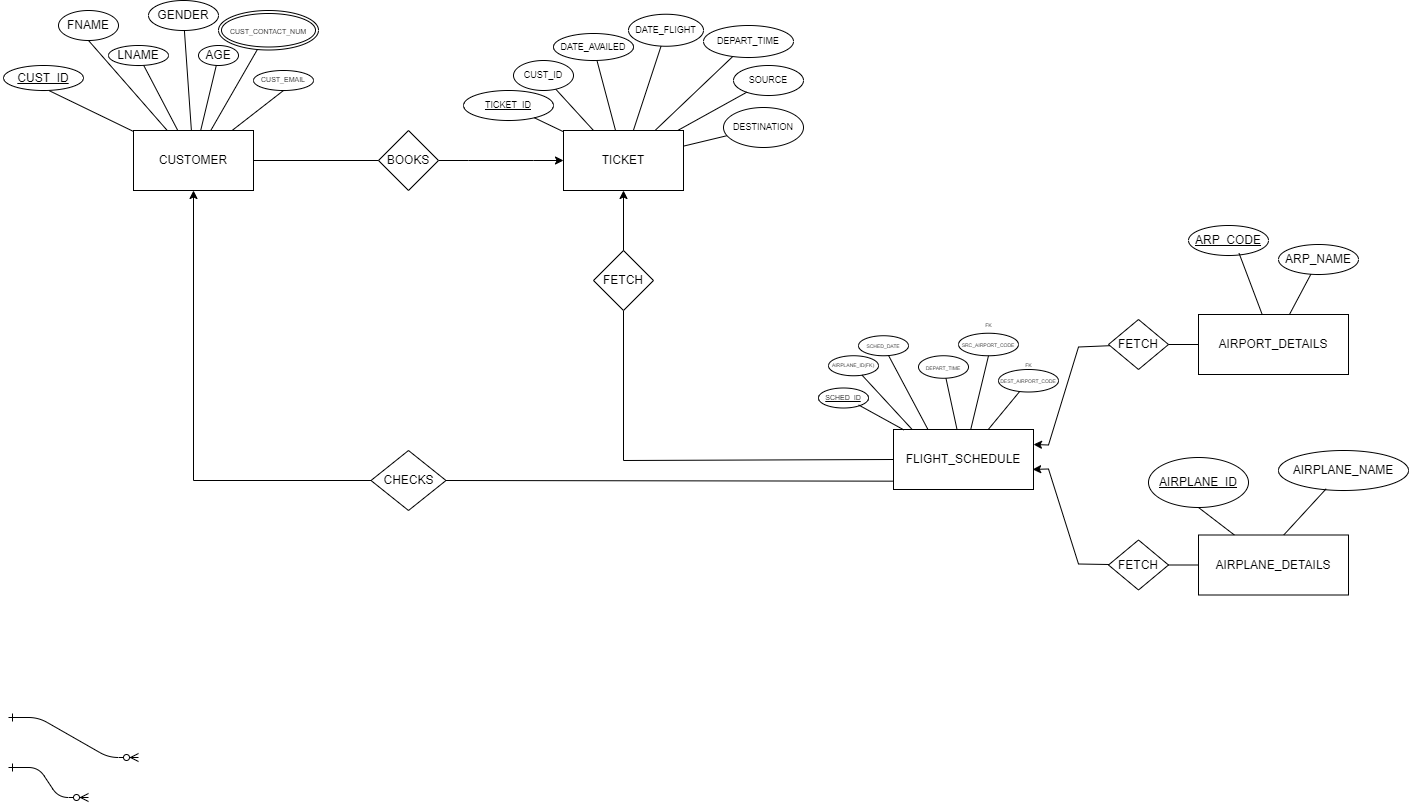
abhinav162/Diagrams keeps this draw.io diagram as AIRLINE RESERVATION SYSTEM.drawio.png. Above is the earlier version. Source tidied: cells renumbered, new cells last; positions are measured from the earlier drawing's top-left corner, leaving out a move shared by most shapes.
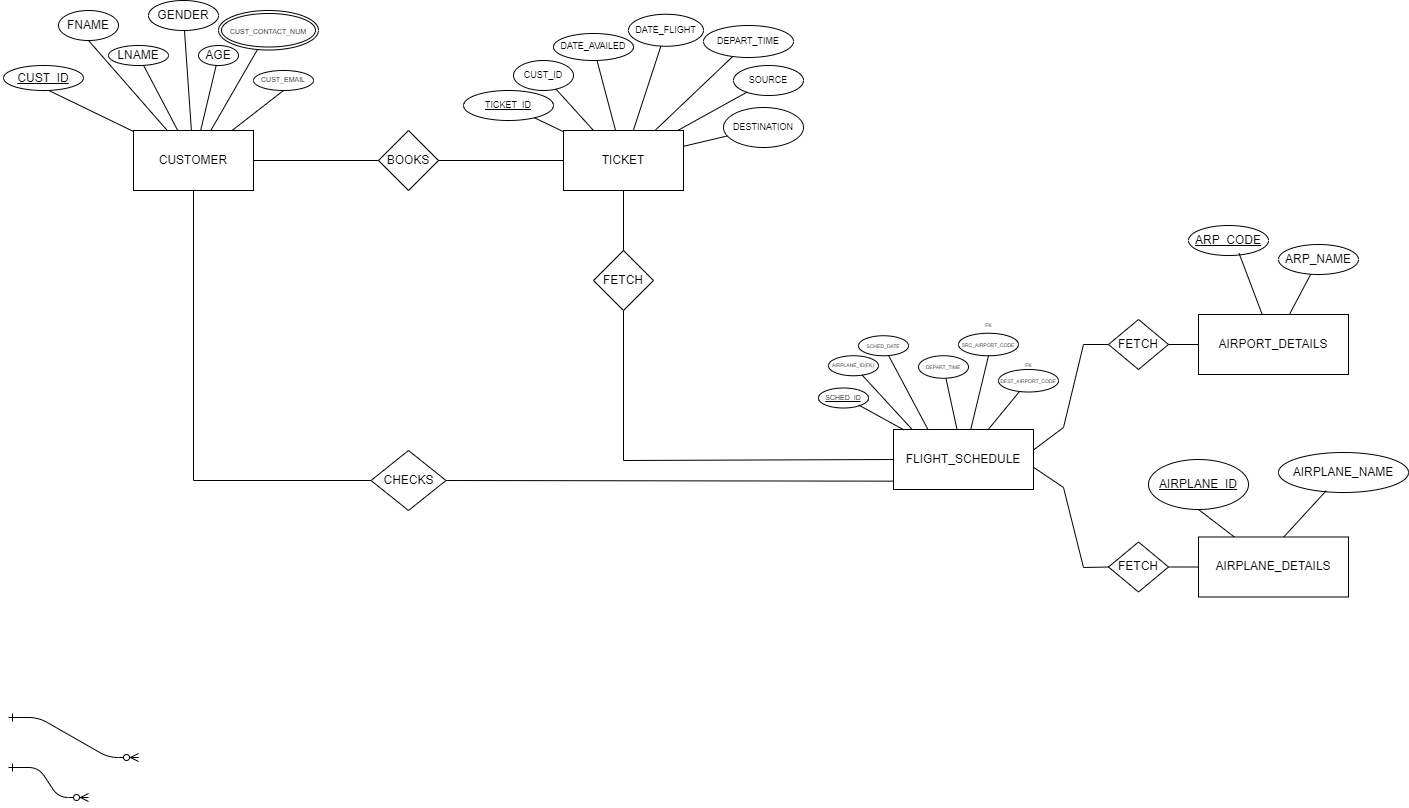
After the change.

Change to the diagram source:
```diff
@@ -21,7 +21,7 @@
       <mxGeometry x="1195" y="314" width="150" height="60" as="geometry" />
     </mxCell>
     <mxCell id="6" value="AIRPLANE_DETAILS" style="rounded=0;whiteSpace=wrap;html=1;" parent="1" vertex="1">
-      <mxGeometry x="1195" y="534.5" width="150" height="60" as="geometry" />
+      <mxGeometry x="1195" y="536.5" width="150" height="60" as="geometry" />
     </mxCell>
     <mxCell id="7" value="FLIGHT_SCHEDULE" style="rounded=0;whiteSpace=wrap;html=1;" parent="1" vertex="1">
       <mxGeometry x="890" y="429" width="140" height="60" as="geometry" />
@@ -51,14 +51,11 @@
       <mxGeometry x="1275" y="244" width="80" height="30" as="geometry" />
     </mxCell>
     <mxCell id="16" value="&lt;u&gt;AIRPLANE_ID&lt;br&gt;&lt;/u&gt;" style="ellipse;whiteSpace=wrap;html=1;" parent="1" vertex="1">
-      <mxGeometry x="1145" y="457" width="100" height="50" as="geometry" />
+      <mxGeometry x="1145" y="459" width="100" height="50" as="geometry" />
     </mxCell>
     <mxCell id="17" value="AIRPLANE_NAME" style="ellipse;whiteSpace=wrap;html=1;" parent="1" vertex="1">
-      <mxGeometry x="1275" y="450" width="130" height="40" as="geometry" />
+      <mxGeometry x="1275" y="452" width="130" height="40" as="geometry" />
     </mxCell>
-    <mxCell id="18" style="edgeStyle=entityRelationEdgeStyle;rounded=0;jettySize=auto;html=1;fontSize=9;" parent="1" edge="1" source="19" target="8">
-      <mxGeometry relative="1" as="geometry" />
-    </mxCell>
     <mxCell id="19" value="BOOKS" style="rhombus;whiteSpace=wrap;html=1;" parent="1" vertex="1">
       <mxGeometry x="375" y="130" width="60" height="60" as="geometry" />
     </mxCell>
@@ -70,7 +67,7 @@
     </mxCell>
     <mxCell id="22" style="endArrow=none;html=1;rounded=0;exitX=0.569;exitY=-0.002;exitDx=0;exitDy=0;exitPerimeter=0;" parent="1" edge="1" source="6">
       <mxGeometry relative="1" as="geometry">
-        <mxPoint x="1322.7" y="488.3" as="targetPoint" />
+        <mxPoint x="1322.7" y="490.3" as="targetPoint" />
       </mxGeometry>
     </mxCell>
     <mxCell id="23" style="endArrow=none;html=1;rounded=0;entryX=0.632;entryY=0.958;entryDx=0;entryDy=0;entryPerimeter=0;" parent="1" edge="1" source="5">
@@ -99,13 +96,6 @@
     <mxCell id="30" style="endArrow=none;html=1;rounded=0;entryX=0;entryY=0.5;entryDx=0;entryDy=0;" parent="1" edge="1" source="4" target="19">
       <mxGeometry relative="1" as="geometry" />
     </mxCell>
-    <mxCell id="31" style="endArrow=classic;html=1;rounded=0;entryX=0.5;entryY=1;entryDx=0;entryDy=0;exitX=0;exitY=0.5;exitDx=0;exitDy=0;" parent="1" edge="1" source="20" target="4">
-      <mxGeometry relative="1" as="geometry">
-        <Array as="points">
-          <mxPoint x="190" y="480" />
-        </Array>
-      </mxGeometry>
-    </mxCell>
     <mxCell id="32" style="endArrow=none;html=1;rounded=0;entryX=-0.004;entryY=0.861;entryDx=0;entryDy=0;exitX=1;exitY=0.5;exitDx=0;exitDy=0;entryPerimeter=0;" parent="1" edge="1" source="20" target="7">
       <mxGeometry relative="1" as="geometry" />
     </mxCell>
@@ -119,31 +109,12 @@
     <mxCell id="34" value="FETCH" style="rhombus;whiteSpace=wrap;html=1;" parent="1" vertex="1">
       <mxGeometry x="590" y="250" width="60" height="60" as="geometry" />
     </mxCell>
-    <mxCell id="35" style="endArrow=classic;html=1;rounded=0;" parent="1" edge="1" source="34" target="8">
-      <mxGeometry relative="1" as="geometry" />
-    </mxCell>
     <mxCell id="36" value="FETCH" style="rhombus;whiteSpace=wrap;html=1;" parent="1" vertex="1">
       <mxGeometry x="1105" y="319" width="60" height="50" as="geometry" />
     </mxCell>
     <mxCell id="37" value="FETCH" style="rhombus;whiteSpace=wrap;html=1;" parent="1" vertex="1">
-      <mxGeometry x="1105" y="539.5" width="60" height="50" as="geometry" />
+      <mxGeometry x="1105" y="541.5" width="60" height="50" as="geometry" />
     </mxCell>
-    <mxCell id="38" style="endArrow=classic;html=1;rounded=0;entryX=1;entryY=0.25;entryDx=0;entryDy=0;" parent="1" edge="1" source="36" target="7">
-      <mxGeometry relative="1" as="geometry">
-        <Array as="points">
-          <mxPoint x="1075" y="346.5" />
-          <mxPoint x="1045" y="444.5" />
-        </Array>
-      </mxGeometry>
-    </mxCell>
-    <mxCell id="39" style="endArrow=classic;html=1;rounded=0;entryX=0.994;entryY=0.665;entryDx=0;entryDy=0;entryPerimeter=0;" parent="1" edge="1" source="37" target="7">
-      <mxGeometry relative="1" as="geometry">
-        <Array as="points">
-          <mxPoint x="1075" y="563.5" />
-          <mxPoint x="1045" y="468.5" />
-        </Array>
-      </mxGeometry>
-    </mxCell>
     <mxCell id="40" style="endArrow=none;html=1;rounded=0;entryX=0;entryY=0.5;entryDx=0;entryDy=0;" parent="1" edge="1" source="37" target="6">
       <mxGeometry relative="1" as="geometry" />
     </mxCell>
@@ -252,5 +223,34 @@
     <mxCell id="73" style="endArrow=none;html=1;rounded=0;fontSize=9;" parent="1" edge="1" source="8" target="66">
       <mxGeometry relative="1" as="geometry" />
     </mxCell>
+    <mxCell id="74" style="endArrow=none;html=1;rounded=0;strokeColor=default;strokeWidth=1;fontSize=9;entryX=0;entryY=0.5;entryDx=0;entryDy=0;exitX=1.002;exitY=0.338;exitDx=0;exitDy=0;exitPerimeter=0;" parent="1" edge="1" source="7" target="36">
+      <mxGeometry relative="1" as="geometry">
+        <Array as="points">
+          <mxPoint x="1060" y="427" />
+          <mxPoint x="1080" y="344" />
+        </Array>
+      </mxGeometry>
+    </mxCell>
+    <mxCell id="39" style="endArrow=none;html=1;rounded=0;strokeColor=default;strokeWidth=1;fontSize=9;entryX=0.999;entryY=0.628;entryDx=0;entryDy=0;entryPerimeter=0;exitX=0;exitY=0.5;exitDx=0;exitDy=0;" parent="1" edge="1" source="37" target="7">
+      <mxGeometry relative="1" as="geometry">
+        <Array as="points">
+          <mxPoint x="1080" y="567" />
+          <mxPoint x="1060" y="487" />
+        </Array>
+      </mxGeometry>
+    </mxCell>
+    <mxCell id="31" style="endArrow=none;html=1;rounded=0;strokeColor=default;strokeWidth=1;fontSize=9;entryX=0.5;entryY=1;entryDx=0;entryDy=0;exitX=0;exitY=0.5;exitDx=0;exitDy=0;" parent="1" edge="1" source="20" target="4">
+      <mxGeometry relative="1" as="geometry">
+        <Array as="points">
+          <mxPoint x="190" y="480" />
+        </Array>
+      </mxGeometry>
+    </mxCell>
+    <mxCell id="35" style="endArrow=none;html=1;rounded=0;strokeColor=default;strokeWidth=1;fontSize=9;entryX=0.5;entryY=1;entryDx=0;entryDy=0;" parent="1" edge="1" source="34" target="8">
+      <mxGeometry relative="1" as="geometry" />
+    </mxCell>
+    <mxCell id="18" style="endArrow=none;html=1;rounded=0;strokeColor=default;strokeWidth=1;fontSize=9;entryX=0;entryY=0.5;entryDx=0;entryDy=0;" parent="1" edge="1" source="19" target="8">
+      <mxGeometry relative="1" as="geometry" />
+    </mxCell>
   </root>
 </mxGraphModel>
```
